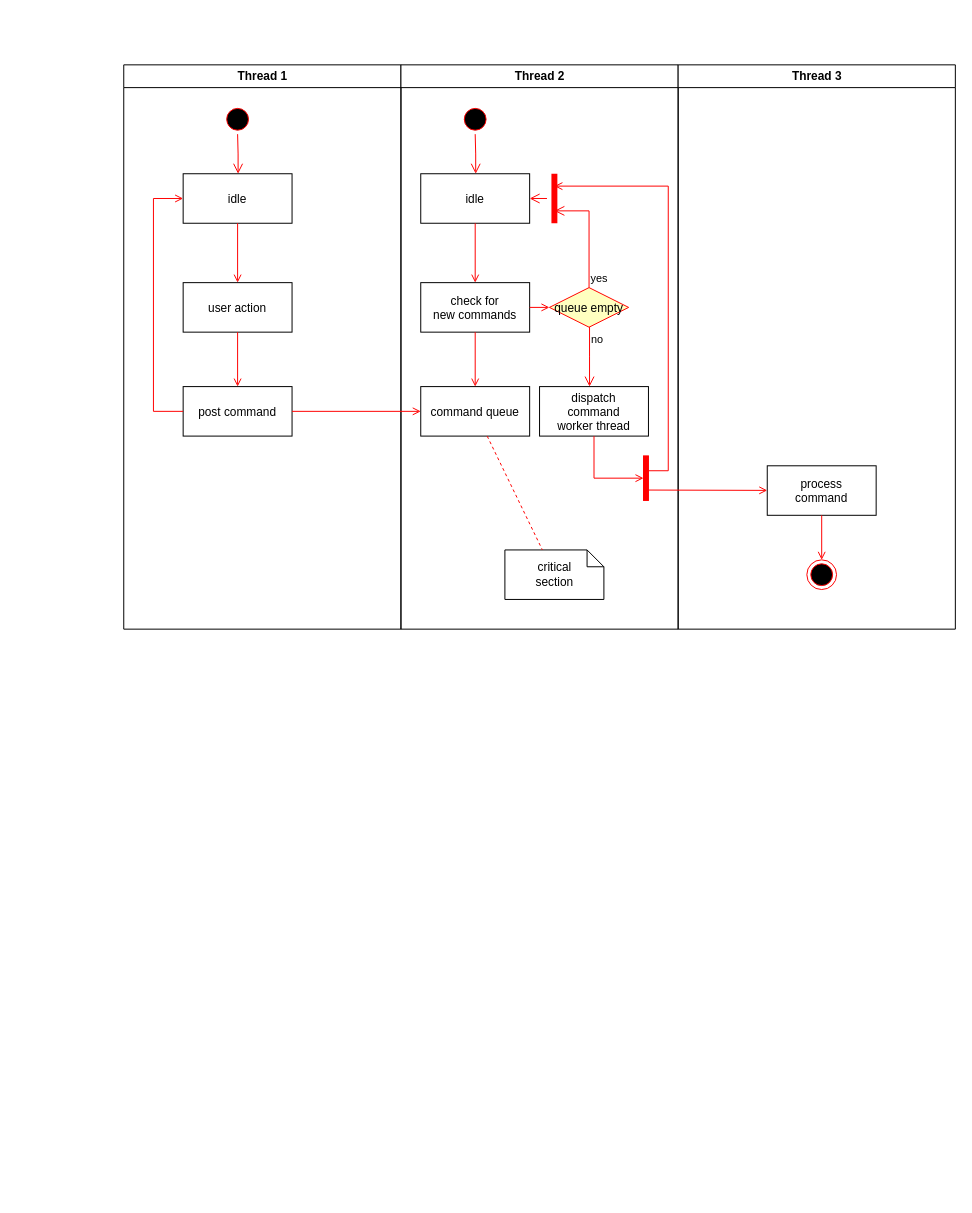
This is Untitled Diagram.drawio from devAbbasAlasgarov/20240530_HomeWork_ForTask4, a draw.io file, before an edit. Source tidied: cells renumbered, new cells numbered last; positions are measured from the earlier drawing's top-left corner, leaving out a move shared by most shapes. Both pictures are drawn from the tidied source at 99%, with x=0, y=0 at pixel (123, 64).
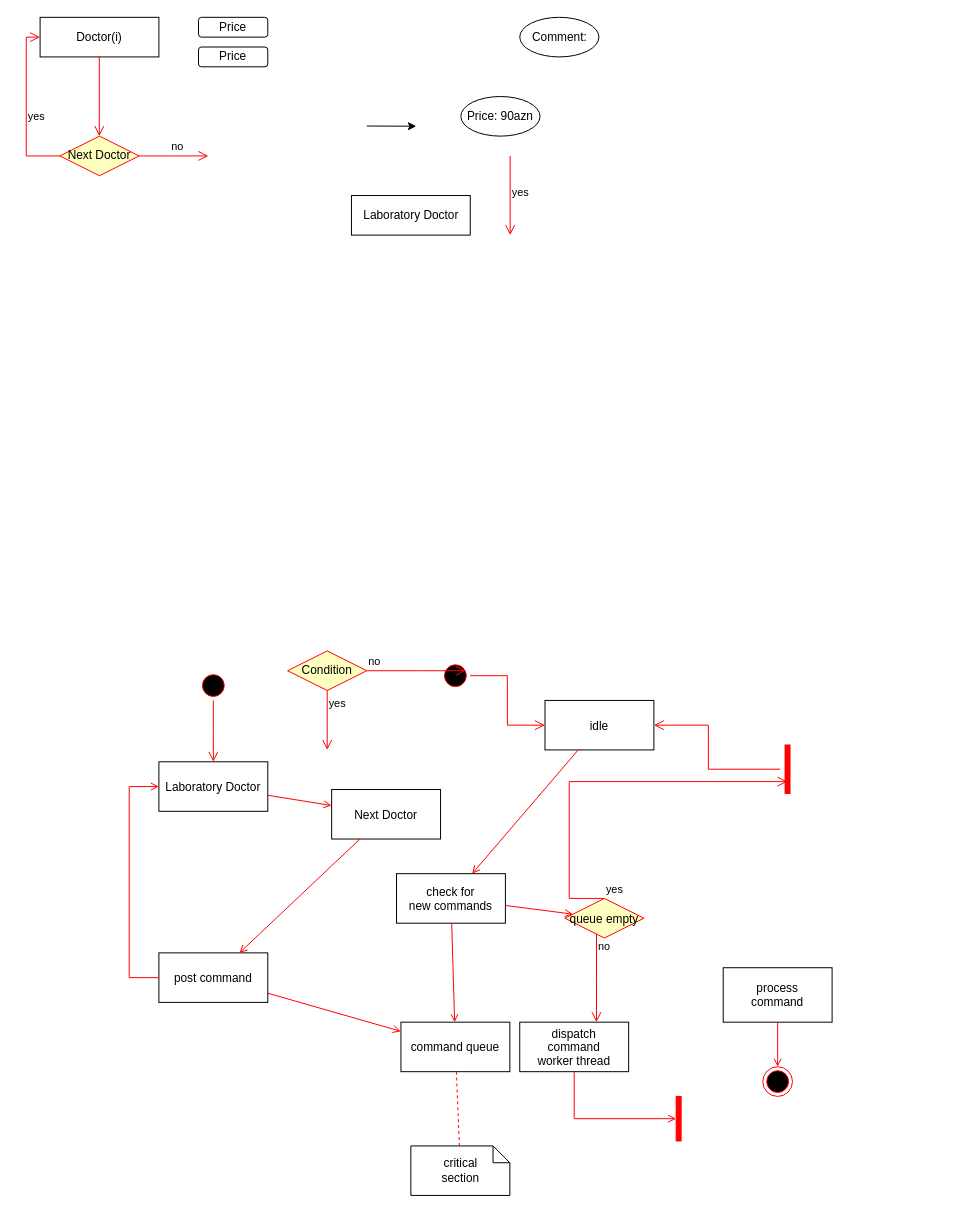
The same page after the edit.

The edit, as a diff of the source:
```diff
@@
-    <mxCell id="2" value="Thread 1" style="swimlane;whiteSpace=wrap;" parent="1" vertex="1">
-      <mxGeometry x="0.5" width="280" height="570" as="geometry" />
-    </mxCell>
+    <mxCell id="36" style="endArrow=open;strokeColor=#FF0000;endFill=1;rounded=0;" parent="1" edge="1" source="8" target="17">
+      <mxGeometry relative="1" as="geometry" />
+    </mxCell>
-    <mxCell id="3" style="ellipse;shape=startState;fillColor=#000000;strokeColor=#ff0000;" parent="2" vertex="1">
-      <mxGeometry x="100" y="40" width="30" height="30" as="geometry" />
+    <mxCell id="3" style="ellipse;shape=startState;fillColor=#000000;strokeColor=#ff0000;" parent="1" vertex="1">
+      <mxGeometry x="76" y="612" width="30" height="30" as="geometry" />
     </mxCell>
-    <mxCell id="4" style="edgeStyle=elbowEdgeStyle;elbow=horizontal;verticalAlign=bottom;endArrow=open;endSize=8;strokeColor=#FF0000;endFill=1;rounded=0;" parent="2" edge="1" source="3" target="5">
-      <mxGeometry x="100" y="40" as="geometry" />
+    <mxCell id="4" style="edgeStyle=elbowEdgeStyle;elbow=horizontal;verticalAlign=bottom;endArrow=open;endSize=8;strokeColor=#FF0000;endFill=1;rounded=0;" parent="1" edge="1" source="3" target="5">
+      <mxGeometry x="264.5" y="168" as="geometry" />
     </mxCell>
-    <mxCell id="5" value="idle" parent="2" vertex="1">
-      <mxGeometry x="60" y="110" width="110" height="50" as="geometry" />
+    <mxCell id="5" value="Laboratory Doctor" parent="1" vertex="1">
+      <mxGeometry x="36" y="704" width="110" height="50" as="geometry" />
     </mxCell>
-    <mxCell id="6" value="user action" parent="2" vertex="1">
-      <mxGeometry x="60" y="220" width="110" height="50" as="geometry" />
+    <mxCell id="6" value="Next Doctor" parent="1" vertex="1">
+      <mxGeometry x="210.5" y="732" width="110" height="50" as="geometry" />
     </mxCell>
-    <mxCell id="7" style="endArrow=open;strokeColor=#FF0000;endFill=1;rounded=0;" parent="2" edge="1" source="5" target="6">
+    <mxCell id="7" style="endArrow=open;strokeColor=#FF0000;endFill=1;rounded=0;" parent="1" edge="1" source="5" target="6">
       <mxGeometry relative="1" as="geometry" />
     </mxCell>
-    <mxCell id="8" value="post command" parent="2" vertex="1">
-      <mxGeometry x="60" y="325" width="110" height="50" as="geometry" />
+    <mxCell id="8" value="post command" parent="1" vertex="1">
+      <mxGeometry x="36" y="897" width="110" height="50" as="geometry" />
     </mxCell>
-    <mxCell id="9" style="endArrow=open;strokeColor=#FF0000;endFill=1;rounded=0;" parent="2" edge="1" source="6" target="8">
+    <mxCell id="9" style="endArrow=open;strokeColor=#FF0000;endFill=1;rounded=0;" parent="1" edge="1" source="6" target="8">
       <mxGeometry relative="1" as="geometry" />
     </mxCell>
-    <mxCell id="10" style="edgeStyle=elbowEdgeStyle;elbow=horizontal;strokeColor=#FF0000;endArrow=open;endFill=1;rounded=0;" parent="2" edge="1" source="8" target="5">
+    <mxCell id="10" style="edgeStyle=elbowEdgeStyle;elbow=horizontal;strokeColor=#FF0000;endArrow=open;endFill=1;rounded=0;" parent="1" edge="1" source="8" target="5">
       <mxGeometry relative="1" as="geometry">
         <Array as="points">
-          <mxPoint x="30" y="250" />
+          <mxPoint x="6" y="822" />
         </Array>
       </mxGeometry>
     </mxCell>
-    <mxCell id="11" value="Thread 2" style="swimlane;whiteSpace=wrap;" parent="1" vertex="1">
-      <mxGeometry x="280.5" width="280" height="570" as="geometry" />
-    </mxCell>
-    <mxCell id="12" style="ellipse;shape=startState;fillColor=#000000;strokeColor=#ff0000;" parent="11" vertex="1">
-      <mxGeometry x="60" y="40" width="30" height="30" as="geometry" />
+    <mxCell id="12" style="ellipse;shape=startState;fillColor=#000000;strokeColor=#ff0000;" parent="1" vertex="1">
+      <mxGeometry x="320.5" y="602" width="30" height="30" as="geometry" />
     </mxCell>
-    <mxCell id="13" style="edgeStyle=elbowEdgeStyle;elbow=horizontal;verticalAlign=bottom;endArrow=open;endSize=8;strokeColor=#FF0000;endFill=1;rounded=0;" parent="11" edge="1" source="12" target="14">
-      <mxGeometry x="40" y="20" as="geometry" />
+    <mxCell id="13" style="edgeStyle=elbowEdgeStyle;elbow=horizontal;verticalAlign=bottom;endArrow=open;endSize=8;strokeColor=#FF0000;endFill=1;rounded=0;" parent="1" edge="1" source="12" target="14">
+      <mxGeometry x="484.5" y="148" as="geometry" />
     </mxCell>
-    <mxCell id="14" value="idle" parent="11" vertex="1">
-      <mxGeometry x="20" y="110" width="110" height="50" as="geometry" />
+    <mxCell id="14" value="idle" parent="1" vertex="1">
+      <mxGeometry x="426" y="642" width="110" height="50" as="geometry" />
     </mxCell>
-    <mxCell id="15" value="check for &#10;new commands" parent="11" vertex="1">
-      <mxGeometry x="20" y="220" width="110" height="50" as="geometry" />
+    <mxCell id="15" value="check for &#10;new commands" parent="1" vertex="1">
+      <mxGeometry x="276" y="817" width="110" height="50" as="geometry" />
     </mxCell>
-    <mxCell id="16" style="endArrow=open;strokeColor=#FF0000;endFill=1;rounded=0;" parent="11" edge="1" source="14" target="15">
+    <mxCell id="16" style="endArrow=open;strokeColor=#FF0000;endFill=1;rounded=0;" parent="1" edge="1" source="14" target="15">
       <mxGeometry relative="1" as="geometry" />
     </mxCell>
-    <mxCell id="17" value="command queue" parent="11" vertex="1">
-      <mxGeometry x="20" y="325" width="110" height="50" as="geometry" />
+    <mxCell id="17" value="command queue" parent="1" vertex="1">
+      <mxGeometry x="280.5" y="967" width="110" height="50" as="geometry" />
     </mxCell>
-    <mxCell id="18" style="endArrow=open;strokeColor=#FF0000;endFill=1;rounded=0;" parent="11" edge="1" source="15" target="17">
+    <mxCell id="18" style="endArrow=open;strokeColor=#FF0000;endFill=1;rounded=0;" parent="1" edge="1" source="15" target="17">
       <mxGeometry relative="1" as="geometry" />
     </mxCell>
-    <mxCell id="19" value="queue empty" style="rhombus;fillColor=#ffffc0;strokeColor=#ff0000;" parent="11" vertex="1">
-      <mxGeometry x="150" y="225" width="80" height="40" as="geometry" />
+    <mxCell id="19" value="queue empty" style="rhombus;fillColor=#ffffc0;strokeColor=#ff0000;" parent="1" vertex="1">
+      <mxGeometry x="446" y="842" width="80" height="40" as="geometry" />
     </mxCell>
-    <mxCell id="20" value="yes" style="edgeStyle=elbowEdgeStyle;elbow=horizontal;align=left;verticalAlign=bottom;endArrow=open;endSize=8;strokeColor=#FF0000;exitX=0.5;exitY=0;endFill=1;rounded=0;entryX=0.75;entryY=0.5;entryPerimeter=0;" parent="11" edge="1" source="19" target="23">
+    <mxCell id="20" value="yes" style="edgeStyle=elbowEdgeStyle;elbow=horizontal;align=left;verticalAlign=bottom;endArrow=open;endSize=8;strokeColor=#FF0000;exitX=0.5;exitY=0;endFill=1;rounded=0;entryX=0.75;entryY=0.5;entryPerimeter=0;" parent="1" edge="1" source="19" target="23">
       <mxGeometry x="-1" relative="1" as="geometry">
         <Array as="points">
-          <mxPoint x="190" y="180" />
+          <mxPoint x="450.5" y="822" />
         </Array>
       </mxGeometry>
     </mxCell>
-    <mxCell id="21" value="no" style="edgeStyle=elbowEdgeStyle;elbow=horizontal;align=left;verticalAlign=top;endArrow=open;endSize=8;strokeColor=#FF0000;endFill=1;rounded=0;" parent="11" edge="1" source="19" target="25">
+    <mxCell id="21" value="no" style="edgeStyle=elbowEdgeStyle;elbow=horizontal;align=left;verticalAlign=top;endArrow=open;endSize=8;strokeColor=#FF0000;endFill=1;rounded=0;" parent="1" edge="1" source="19" target="25">
       <mxGeometry x="-1" relative="1" as="geometry" />
     </mxCell>
-    <mxCell id="22" style="endArrow=open;strokeColor=#FF0000;endFill=1;rounded=0;" parent="11" edge="1" source="15" target="19">
+    <mxCell id="22" style="endArrow=open;strokeColor=#FF0000;endFill=1;rounded=0;" parent="1" edge="1" source="15" target="19">
       <mxGeometry relative="1" as="geometry" />
     </mxCell>
-    <mxCell id="23" style="shape=line;strokeWidth=6;strokeColor=#ff0000;rotation=90;" parent="11" vertex="1">
-      <mxGeometry x="130" y="127.5" width="50" height="15" as="geometry" />
+    <mxCell id="23" style="shape=line;strokeWidth=6;strokeColor=#ff0000;rotation=90;" parent="1" vertex="1">
+      <mxGeometry x="646" y="704" width="50" height="15" as="geometry" />
     </mxCell>
-    <mxCell id="24" style="edgeStyle=elbowEdgeStyle;elbow=horizontal;verticalAlign=bottom;endArrow=open;endSize=8;strokeColor=#FF0000;endFill=1;rounded=0;" parent="11" edge="1" source="23" target="14">
-      <mxGeometry x="130" y="90" as="geometry" />
+    <mxCell id="24" style="edgeStyle=elbowEdgeStyle;elbow=horizontal;verticalAlign=bottom;endArrow=open;endSize=8;strokeColor=#FF0000;endFill=1;rounded=0;" parent="1" edge="1" source="23" target="14">
+      <mxGeometry x="574.5" y="218" as="geometry" />
     </mxCell>
-    <mxCell id="25" value="dispatch&#10;command&#10;worker thread" parent="11" vertex="1">
-      <mxGeometry x="140" y="325" width="110" height="50" as="geometry" />
+    <mxCell id="25" value="dispatch&#10;command&#10;worker thread" parent="1" vertex="1">
+      <mxGeometry x="400.5" y="967" width="110" height="50" as="geometry" />
     </mxCell>
-    <mxCell id="26" value="critical&#10;section" style="shape=note;whiteSpace=wrap;size=17;" parent="11" vertex="1">
-      <mxGeometry x="105" y="490" width="100" height="50" as="geometry" />
+    <mxCell id="26" value="critical&#10;section" style="shape=note;whiteSpace=wrap;size=17;" parent="1" vertex="1">
+      <mxGeometry x="290.5" y="1092" width="100" height="50" as="geometry" />
     </mxCell>
-    <mxCell id="27" style="endArrow=none;strokeColor=#FF0000;endFill=0;rounded=0;dashed=1;" parent="11" edge="1" source="17" target="26">
+    <mxCell id="27" style="endArrow=none;strokeColor=#FF0000;endFill=0;rounded=0;dashed=1;" parent="1" edge="1" source="17" target="26">
       <mxGeometry relative="1" as="geometry" />
     </mxCell>
-    <mxCell id="28" style="whiteSpace=wrap;strokeColor=#FF0000;fillColor=#FF0000;" parent="11" vertex="1">
-      <mxGeometry x="245" y="395" width="5" height="45" as="geometry" />
+    <mxCell id="28" style="whiteSpace=wrap;strokeColor=#FF0000;fillColor=#FF0000;" parent="1" vertex="1">
+      <mxGeometry x="558.5" y="1042" width="5" height="45" as="geometry" />
     </mxCell>
-    <mxCell id="29" style="edgeStyle=elbowEdgeStyle;elbow=horizontal;entryX=0;entryY=0.5;strokeColor=#FF0000;endArrow=open;endFill=1;rounded=0;" parent="11" edge="1" source="25" target="28">
+    <mxCell id="29" style="edgeStyle=elbowEdgeStyle;elbow=horizontal;entryX=0;entryY=0.5;strokeColor=#FF0000;endArrow=open;endFill=1;rounded=0;" parent="1" edge="1" source="25" target="28">
       <mxGeometry relative="1" as="geometry">
         <Array as="points">
-          <mxPoint x="195" y="400" />
+          <mxPoint x="455.5" y="1042" />
         </Array>
       </mxGeometry>
     </mxCell>
-    <mxCell id="30" value="Thread 3" style="swimlane;whiteSpace=wrap;" parent="1" vertex="1">
-      <mxGeometry x="560.5" width="280" height="570" as="geometry" />
-    </mxCell>
-    <mxCell id="31" value="process&#10;command" parent="30" vertex="1">
-      <mxGeometry x="90" y="405" width="110" height="50" as="geometry" />
+    <mxCell id="31" value="process&#10;command" parent="1" vertex="1">
+      <mxGeometry x="606" y="912" width="110" height="55" as="geometry" />
     </mxCell>
-    <mxCell id="32" style="edgeStyle=elbowEdgeStyle;elbow=horizontal;strokeColor=#FF0000;endArrow=open;endFill=1;rounded=0;entryX=0.25;entryY=0.5;entryPerimeter=0;" parent="30" edge="1" target="23">
-      <mxGeometry relative="1" as="geometry">
-        <mxPoint x="-30" y="410" as="sourcePoint" />
-        <Array as="points">
-          <mxPoint x="-10" y="135" />
-        </Array>
-      </mxGeometry>
-    </mxCell>
-    <mxCell id="33" style="edgeStyle=none;strokeColor=#FF0000;endArrow=open;endFill=1;rounded=0;" parent="30" edge="1" target="31">
-      <mxGeometry relative="1" as="geometry">
-        <mxPoint x="-30" y="429.5" as="sourcePoint" />
-      </mxGeometry>
-    </mxCell>
-    <mxCell id="34" style="ellipse;shape=endState;fillColor=#000000;strokeColor=#ff0000;" parent="30" vertex="1">
-      <mxGeometry x="130" y="500" width="30" height="30" as="geometry" />
+    <mxCell id="34" style="ellipse;shape=endState;fillColor=#000000;strokeColor=#ff0000;" parent="1" vertex="1">
+      <mxGeometry x="646" y="1012" width="30" height="30" as="geometry" />
     </mxCell>
-    <mxCell id="35" style="endArrow=open;strokeColor=#FF0000;endFill=1;rounded=0;" parent="30" edge="1" source="31" target="34">
+    <mxCell id="35" style="endArrow=open;strokeColor=#FF0000;endFill=1;rounded=0;" parent="1" edge="1" source="31" target="34">
       <mxGeometry relative="1" as="geometry" />
     </mxCell>
-    <mxCell id="36" style="endArrow=open;strokeColor=#FF0000;endFill=1;rounded=0;" parent="1" edge="1" source="8" target="17">
-      <mxGeometry relative="1" as="geometry" />
-    </mxCell>
+    <mxCell id="37" value="Doctor(i)" style="rounded=0;whiteSpace=wrap;html=1;" parent="1" vertex="1">
+      <mxGeometry x="-84" y="-48" width="120" height="40" as="geometry" />
+    </mxCell>
+    <mxCell id="38" value="Price: 90azn" style="ellipse;whiteSpace=wrap;html=1;" parent="1" vertex="1">
+      <mxGeometry x="341" y="32" width="80" height="40" as="geometry" />
+    </mxCell>
+    <mxCell id="39" value="Comment:" style="ellipse;whiteSpace=wrap;html=1;" parent="1" vertex="1">
+      <mxGeometry x="400.5" y="-48" width="80" height="40" as="geometry" />
+    </mxCell>
+    <mxCell id="40" style="endArrow=classic;html=1;rounded=0;" parent="1" edge="1">
+      <mxGeometry relative="1" as="geometry">
+        <mxPoint x="246" y="61.8" as="sourcePoint" />
+        <mxPoint x="296" y="62" as="targetPoint" />
+      </mxGeometry>
+    </mxCell>
+    <mxCell id="41" value="Condition" style="rhombus;whiteSpace=wrap;html=1;fontColor=#000000;fillColor=#ffffc0;strokeColor=#ff0000;" parent="1" vertex="1">
+      <mxGeometry x="166" y="592" width="80" height="40" as="geometry" />
+    </mxCell>
+    <mxCell id="42" value="no" style="edgeStyle=orthogonalEdgeStyle;html=1;align=left;verticalAlign=bottom;endArrow=open;endSize=8;strokeColor=#ff0000;rounded=0;" parent="1" edge="1" source="41">
+      <mxGeometry x="-1" relative="1" as="geometry">
+        <mxPoint x="346" y="612" as="targetPoint" />
+      </mxGeometry>
+    </mxCell>
+    <mxCell id="43" value="yes" style="edgeStyle=orthogonalEdgeStyle;html=1;align=left;verticalAlign=top;endArrow=open;endSize=8;strokeColor=#ff0000;rounded=0;" parent="1" edge="1" source="41">
+      <mxGeometry x="-1" relative="1" as="geometry">
+        <mxPoint x="206" y="692" as="targetPoint" />
+      </mxGeometry>
+    </mxCell>
+    <mxCell id="44" value="Next Doctor" style="rhombus;whiteSpace=wrap;html=1;fontColor=#000000;fillColor=#ffffc0;strokeColor=#ff0000;" parent="1" vertex="1">
+      <mxGeometry x="-64" y="72" width="80" height="40" as="geometry" />
+    </mxCell>
+    <mxCell id="45" value="no" style="edgeStyle=orthogonalEdgeStyle;html=1;align=left;verticalAlign=bottom;endArrow=open;endSize=8;strokeColor=#ff0000;rounded=0;exitX=1;exitY=0.5;exitDx=0;exitDy=0;" parent="1" edge="1" source="44">
+      <mxGeometry x="-0.12" relative="1" as="geometry">
+        <mxPoint x="86" y="92" as="targetPoint" />
+      </mxGeometry>
+    </mxCell>
+    <mxCell id="46" value="Laboratory Doctor" style="rounded=0;whiteSpace=wrap;html=1;" parent="1" vertex="1">
+      <mxGeometry x="230.5" y="132" width="120" height="40" as="geometry" />
+    </mxCell>
+    <mxCell id="47" style="edgeStyle=orthogonalEdgeStyle;html=1;align=left;verticalAlign=top;endArrow=open;endSize=8;strokeColor=#ff0000;rounded=0;exitX=0.5;exitY=1;exitDx=0;exitDy=0;entryX=0.5;entryY=0;entryDx=0;entryDy=0;" parent="1" edge="1">
+      <mxGeometry x="-0.39" relative="1" as="geometry">
+        <mxPoint x="-24.2" y="-8" as="sourcePoint" />
+        <mxPoint x="-24.2" y="72" as="targetPoint" />
+      </mxGeometry>
+    </mxCell>
+    <mxCell id="48" value="yes" style="edgeStyle=orthogonalEdgeStyle;html=1;align=left;verticalAlign=top;endArrow=open;endSize=8;strokeColor=#ff0000;rounded=0;exitX=0.5;exitY=1;exitDx=0;exitDy=0;entryX=0.5;entryY=0;entryDx=0;entryDy=0;" parent="1" edge="1">
+      <mxGeometry x="-0.39" relative="1" as="geometry">
+        <mxPoint x="390.8" y="92" as="sourcePoint" />
+        <mxPoint x="390.8" y="172" as="targetPoint" />
+      </mxGeometry>
+    </mxCell>
+    <mxCell id="49" value="yes" style="edgeStyle=orthogonalEdgeStyle;html=1;align=left;verticalAlign=top;endArrow=open;endSize=8;strokeColor=#ff0000;rounded=0;entryX=0;entryY=0.5;entryDx=0;entryDy=0;exitX=0;exitY=0.5;exitDx=0;exitDy=0;" parent="1" edge="1" source="44" target="37">
+      <mxGeometry x="0.03" relative="1" as="geometry">
+        <Array as="points">
+          <mxPoint x="-98" y="92" />
+          <mxPoint x="-98" y="-28" />
+        </Array>
+      </mxGeometry>
+    </mxCell>
+    <mxCell id="50" value="Price" style="rounded=1;whiteSpace=wrap;html=1;" parent="1" vertex="1">
+      <mxGeometry x="76" y="-48" width="70" height="20" as="geometry" />
+    </mxCell>
+    <mxCell id="51" value="Price" style="rounded=1;whiteSpace=wrap;html=1;" parent="1" vertex="1">
+      <mxGeometry x="76" y="-18" width="70" height="20" as="geometry" />
+    </mxCell>
```
